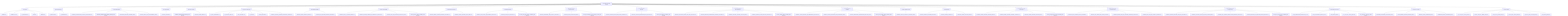
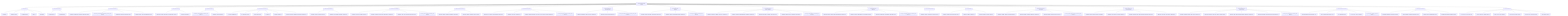
graph TD
    root["ToneSoul Documentation Authority"]
    root --> entrypoints["Entry Points"]
    entrypoints --> entrypoints_1["README.md"]
    entrypoints --> entrypoints_2["README.zh-TW.md"]
    entrypoints --> entrypoints_3["AI_ONBOARDING.md"]
    entrypoints --> entrypoints_4["INDEX.md"]
    entrypoints --> entrypoints_5["README.md"]
    root --> ai_operational_guides["AI Operational Guides"]
    ai_operational_guides --> ai_operational_guides_1["AI_QUICKSTART.md"]
    ai_operational_guides --> ai_operational_guides_2["AI_REFERENCE.md"]
    root --> canonical_architecture["Canonical Architecture"]
    canonical_architecture --> canonical_architecture_1["TONESOUL_EXTERNALIZED_COGNITIVE_ARCHITECTURE.md"]
    canonical_architecture --> canonical_architecture_2["TONESOUL_ARCHITECTURE_MEMORY_ANCHOR_2026-03-22.md"]
    canonical_architecture --> canonical_architecture_3["KNOWLEDGE_SURFACES_BOUNDARY_MAP.md"]
    canonical_architecture --> canonical_architecture_4["TONESOUL_EIGHT_LAYER_CONVERGENCE_MAP.md"]
    root --> deep_system_maps["Deep System Maps"]
-     deep_system_maps --> deep_system_maps_1["TONESOUL_ANATOMY.md"]
+     deep_system_maps --> deep_system_maps_1["TONESOUL_SYSTEM_OVERVIEW_AND_SUBSYSTEM_GUIDE.md"]
+     deep_system_maps --> deep_system_maps_2["TONESOUL_ANATOMY.md"]
    root --> interpretive_readings["Interpretive Readings"]
    interpretive_readings --> interpretive_readings_1["TONESOUL_DEEP_READING_ANCHOR_2026-03-26.md"]
    interpretive_readings --> interpretive_readings_2["TONESOUL_CODEX_READING.md"]
    root --> governance_execution["Governance And Execution"]
    governance_execution --> governance_execution_1["7D_AUDIT_FRAMEWORK.md"]
    governance_execution --> governance_execution_2["7D_EXECUTION_SPEC.md"]
    governance_execution --> governance_execution_3["AUDIT_CONTRACT.md"]
    governance_execution --> governance_execution_4["API_SPEC.md"]
    governance_execution --> governance_execution_5["COUNCIL_RUNTIME.md"]
    governance_execution --> governance_execution_6["TONESOUL_SHARED_R_MEMORY_OPERATIONS_CONTRACT.md"]
    root --> claim_authority_distillation["Claim Authority Distillation"]
    claim_authority_distillation --> claim_authority_distillation_1["TONESOUL_CLAIM_AUTHORITY_MATRIX.md"]
    claim_authority_distillation --> claim_authority_distillation_2["TONESOUL_LAW_RUNTIME_BOUNDARY_CONTRACT.md"]
    root --> evidence_topology_and_verifiability["Evidence And Verifiability"]
    evidence_topology_and_verifiability --> evidence_topology_and_verifiability_1["TONESOUL_CLAIM_TO_EVIDENCE_MATRIX.md"]
    evidence_topology_and_verifiability --> evidence_topology_and_verifiability_2["TONESOUL_EVIDENCE_LADDER_AND_VERIFIABILITY_CONTRACT.md"]
    evidence_topology_and_verifiability --> evidence_topology_and_verifiability_3["TONESOUL_TEST_AND_VALIDATION_TOPOLOGY_MAP.md"]
    evidence_topology_and_verifiability --> evidence_topology_and_verifiability_4["tonesoul_evidence_followup_candidates_2026-03-29.md"]
    root --> subject_refresh_boundaries["Subject Refresh Boundaries"]
    subject_refresh_boundaries --> subject_refresh_boundaries_1["TONESOUL_SUBJECT_REFRESH_BOUNDARY_CONTRACT.md"]
    subject_refresh_boundaries --> subject_refresh_boundaries_2["TONESOUL_SUBJECT_SNAPSHOT_FIELD_LANES.md"]
    root --> control_plane_discipline["Control Plane Discipline"]
    control_plane_discipline --> control_plane_discipline_1["TONESOUL_TASK_TRACK_AND_READINESS_CONTRACT.md"]
    control_plane_discipline --> control_plane_discipline_2["TONESOUL_PLAN_DELTA_CONTRACT.md"]
-     control_plane_discipline --> control_plane_discipline_3["tonesoul_control_plane_followup_candidates_2026-03-28.md"]
+     control_plane_discipline --> control_plane_discipline_3["TONESOUL_MIRROR_RUPTURE_FAIL_STOP_AND_LOW_DRIFT_ANCHOR_CONTRACT.md"]
+     control_plane_discipline --> control_plane_discipline_4["tonesoul_control_plane_followup_candidates_2026-03-28.md"]
    root --> observable_shell_and_axiom_boundaries["Observable-Shell And Axiom Boundaries"]
    observable_shell_and_axiom_boundaries --> observable_shell_and_axiom_boundaries_1["TONESOUL_OBSERVABLE_SHELL_OPACITY_CONTRACT.md"]
    observable_shell_and_axiom_boundaries --> observable_shell_and_axiom_boundaries_2["TONESOUL_AXIOM_FALSIFICATION_MAP.md"]
    observable_shell_and_axiom_boundaries --> observable_shell_and_axiom_boundaries_3["tonesoul_observability_and_axiom_adoption_review_2026-03-28.md"]
    root --> council_deliberation_discipline["Council Deliberation Discipline"]
    council_deliberation_discipline --> council_deliberation_discipline_1["TONESOUL_COUNCIL_DOSSIER_AND_DISSENT_CONTRACT.md"]
    council_deliberation_discipline --> council_deliberation_discipline_2["TONESOUL_ADAPTIVE_DELIBERATION_MODE_CONTRACT.md"]
    council_deliberation_discipline --> council_deliberation_discipline_3["tonesoul_council_followup_candidates_2026-03-28.md"]
    root --> continuity_import_and_receiver_discipline["Continuity Import And Receiver Discipline"]
    continuity_import_and_receiver_discipline --> continuity_import_and_receiver_discipline_1["TONESOUL_CONTINUITY_IMPORT_AND_DECAY_CONTRACT.md"]
    continuity_import_and_receiver_discipline --> continuity_import_and_receiver_discipline_2["TONESOUL_RECEIVER_INTERPRETATION_BOUNDARY_CONTRACT.md"]
    continuity_import_and_receiver_discipline --> continuity_import_and_receiver_discipline_3["TONESOUL_CONTINUITY_SURFACE_LIFECYCLE_MAP.md"]
    continuity_import_and_receiver_discipline --> continuity_import_and_receiver_discipline_4["TONESOUL_WORKING_STYLE_CONTINUITY_CONTRACT.md"]
    continuity_import_and_receiver_discipline --> continuity_import_and_receiver_discipline_5["tonesoul_continuity_followup_candidates_2026-03-29.md"]
    root --> council_realism_and_calibration["Council Realism And Calibration"]
    council_realism_and_calibration --> council_realism_and_calibration_1["TONESOUL_COUNCIL_REALISM_AND_INDEPENDENCE_CONTRACT.md"]
    council_realism_and_calibration --> council_realism_and_calibration_2["TONESOUL_COUNCIL_CONFIDENCE_AND_CALIBRATION_MAP.md"]
    council_realism_and_calibration --> council_realism_and_calibration_3["TONESOUL_ADVERSARIAL_DELIBERATION_ADOPTION_MAP.md"]
    council_realism_and_calibration --> council_realism_and_calibration_4["tonesoul_council_realism_followup_candidates_2026-03-29.md"]
    root --> context_continuity_adoption["Context Continuity Adoption"]
    context_continuity_adoption --> context_continuity_adoption_1["TONESOUL_CONTEXT_CONTINUITY_ADOPTION_MAP.md"]
    root --> prompt_discipline_skeleton["Prompt Discipline"]
    prompt_discipline_skeleton --> prompt_discipline_skeleton_1["TONESOUL_PROMPT_DISCIPLINE_SKELETON.md"]
    prompt_discipline_skeleton --> prompt_discipline_skeleton_2["TONESOUL_PROMPT_VARIANTS.md"]
    prompt_discipline_skeleton --> prompt_discipline_skeleton_3["TONESOUL_PROMPT_STARTER_CARDS.md"]
    root --> prompt_surface_topology_and_adoption["Prompt Surface Topology And Adoption"]
    prompt_surface_topology_and_adoption --> prompt_surface_topology_and_adoption_1["TONESOUL_PROMPT_SURFACE_ADOPTION_MATRIX.md"]
    prompt_surface_topology_and_adoption --> prompt_surface_topology_and_adoption_2["TONESOUL_PROMPT_SURFACE_BOUNDARY_CONTRACT.md"]
    prompt_surface_topology_and_adoption --> prompt_surface_topology_and_adoption_3["TONESOUL_PROMPT_SURFACE_TOPOLOGY_MAP.md"]
    prompt_surface_topology_and_adoption --> prompt_surface_topology_and_adoption_4["tonesoul_prompt_adoption_followup_candidates_2026-03-29.md"]
    root --> reality_alignment_and_render_boundaries["Reality Alignment And Render Boundaries"]
    reality_alignment_and_render_boundaries --> reality_alignment_and_render_boundaries_1["TONESOUL_ENTRY_SURFACE_REALITY_BASELINE.md"]
    reality_alignment_and_render_boundaries --> reality_alignment_and_render_boundaries_2["TONESOUL_DOC_METRIC_AND_COUNT_METHOD.md"]
    reality_alignment_and_render_boundaries --> reality_alignment_and_render_boundaries_3["TONESOUL_RENDER_LAYER_AND_ENCODING_BOUNDARY_CONTRACT.md"]
    reality_alignment_and_render_boundaries --> reality_alignment_and_render_boundaries_4["TONESOUL_DOC_DRIFT_AND_CONFLICT_REGISTER.md"]
    root --> entry_simplification_and_lineage_routing["Entry Simplification And Lineage Routing"]
    entry_simplification_and_lineage_routing --> entry_simplification_and_lineage_routing_1["TONESOUL_AUDIENCE_ROUTING_AND_ENTRY_CONTRACT.md"]
    entry_simplification_and_lineage_routing --> entry_simplification_and_lineage_routing_2["TONESOUL_HISTORICAL_SPEC_AND_LEGACY_SURFACE_MAP.md"]
    entry_simplification_and_lineage_routing --> entry_simplification_and_lineage_routing_3["TONESOUL_DOC_SURFACE_SIMPLIFICATION_BOUNDARY_CONTRACT.md"]
    entry_simplification_and_lineage_routing --> entry_simplification_and_lineage_routing_4["TONESOUL_ENCODING_AND_MOJIBAKE_HAZARD_REGISTER.md"]
    entry_simplification_and_lineage_routing --> entry_simplification_and_lineage_routing_5["tonesoul_docs_cleanup_wave_candidates_2026-03-29.md"]
    root --> doc_governance["Documentation Governance"]
    doc_governance --> doc_governance_1["DOCS_INFORMATION_ARCHITECTURE_v1.md"]
    doc_governance --> doc_governance_2["DOCS_CLASSIFICATION_LEDGER_v1.md"]
    doc_governance --> doc_governance_3["FILE_PURPOSE_MAP.md"]
    doc_governance --> doc_governance_4["doc_convergence_inventory_latest.json"]
    doc_governance --> doc_governance_5["doc_convergence_cleanup_plan_2026-03-22.md"]
    root --> convergence_contracts["Convergence Contracts"]
    convergence_contracts --> convergence_contracts_1["BASENAME_DIVERGENCE_DISTILLATION_MAP.md"]
    convergence_contracts --> convergence_contracts_2["PRIVATE_MEMORY_SHADOW_BOUNDARY_MAP.md"]
    convergence_contracts --> convergence_contracts_3["PARADOX_FIXTURE_OWNERSHIP_MAP.md"]
    convergence_contracts --> convergence_contracts_4["ENGINEERING_MIRROR_OWNERSHIP_MAP.md"]
    root --> generated_status["Generated Status"]
    generated_status --> generated_status_1["doc_convergence_inventory_latest.json"]
    generated_status --> generated_status_2["basename_divergence_distillation_latest.json"]
    generated_status --> generated_status_3["private_memory_shadow_latest.json"]
    generated_status --> generated_status_4["paradox_fixture_ownership_latest.json"]
    generated_status --> generated_status_5["engineering_mirror_ownership_latest.json"]
    generated_status --> generated_status_6["claim_authority_latest.json"]
